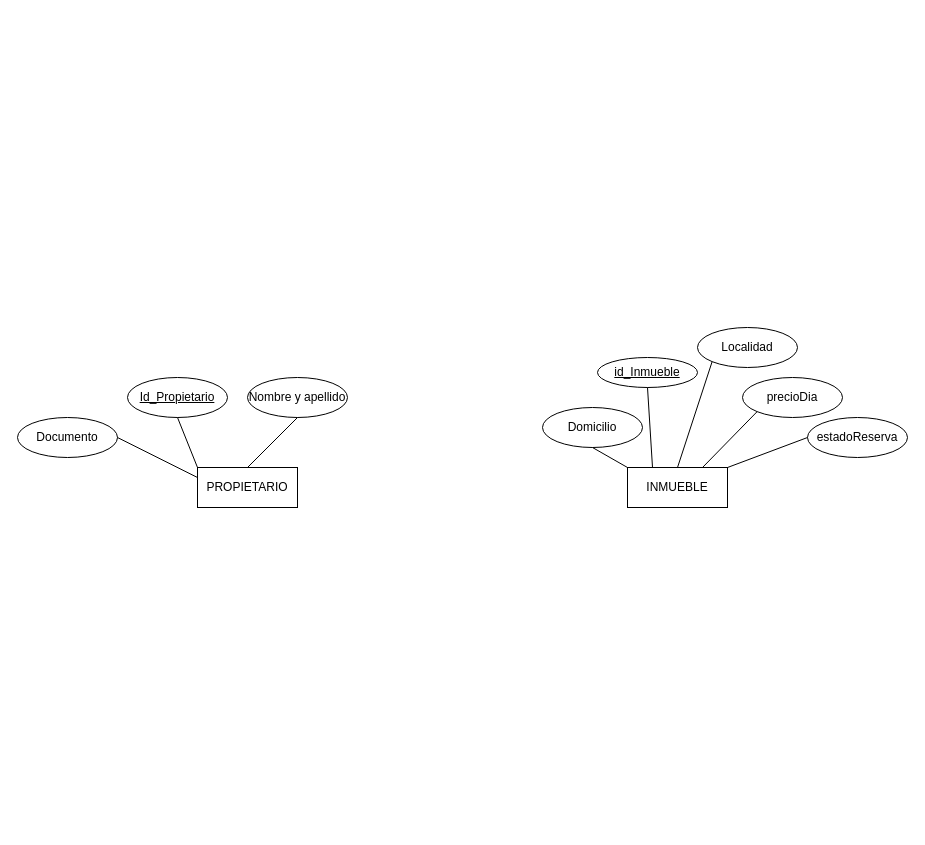
Above: Diagrama sin título.drawio in carbai3/ABD_EJERCICIO1 (draw.io), before the change. Source tidied: cells renumbered, new cells numbered last; positions are measured from the earlier drawing's top-left corner, leaving out a move shared by most shapes. Both pictures are drawn from the tidied source at 100%, with x=0, y=0 at pixel (17, 327).
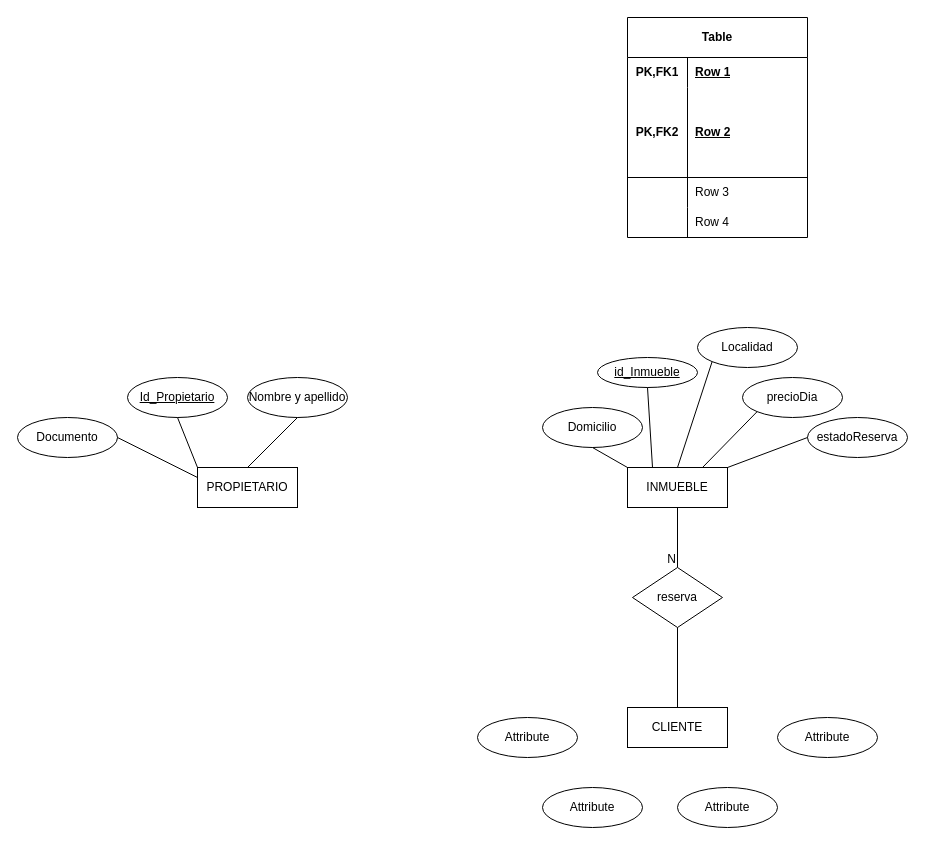
Above is the later version.

The change refers to these unchanged cells:
```xml
<mxCell id="3" value="INMUEBLE" style="whiteSpace=wrap;html=1;align=center;" parent="1" vertex="1">
  <mxGeometry x="610" y="140" width="100" height="40" as="geometry" />
</mxCell>
```

Diff of the diagram source:
```diff
@@
+    <mxCell id="20" value="Table" style="shape=table;startSize=40;childLayout=tableLayout;rowLines=0;fontStyle=1;align=center;html=1;whiteSpace=wrap;" parent="1" vertex="1">
+      <mxGeometry x="610" y="-310" width="180" height="220" as="geometry" />
+    </mxCell>
+    <mxCell id="21" style="shape=tableRow;horizontal=0;startSize=0;swimlaneHead=0;swimlaneBody=0;fillColor=none;top=0;left=0;right=0;bottom=0;html=1;" parent="20" vertex="1">
+      <mxGeometry y="40" width="180" height="30" as="geometry" />
+    </mxCell>
+    <mxCell id="22" value="PK,FK1" style="shape=partialRectangle;fillColor=none;top=0;left=0;bottom=0;right=0;fontStyle=1;overflow=hidden;html=1;whiteSpace=wrap;" parent="21" vertex="1">
+      <mxGeometry width="60" height="30" as="geometry" />
+    </mxCell>
+    <mxCell id="23" value="Row 1" style="shape=partialRectangle;fillColor=none;top=0;left=0;bottom=0;right=0;align=left;spacingLeft=6;fontStyle=5;overflow=hidden;html=1;whiteSpace=wrap;" parent="21" vertex="1">
+      <mxGeometry x="60" width="120" height="30" as="geometry" />
+    </mxCell>
+    <mxCell id="24" style="shape=tableRow;horizontal=0;startSize=0;swimlaneHead=0;swimlaneBody=0;fillColor=none;top=0;left=0;right=0;bottom=1;html=1;" parent="20" vertex="1">
+      <mxGeometry y="70" width="180" height="90" as="geometry" />
+    </mxCell>
+    <mxCell id="25" value="PK,FK2" style="shape=partialRectangle;fillColor=none;top=0;left=0;bottom=0;right=0;fontStyle=1;overflow=hidden;html=1;whiteSpace=wrap;" parent="24" vertex="1">
+      <mxGeometry width="60" height="90" as="geometry" />
+    </mxCell>
+    <mxCell id="26" value="Row 2" style="shape=partialRectangle;fillColor=none;top=0;left=0;bottom=0;right=0;align=left;spacingLeft=6;fontStyle=5;overflow=hidden;html=1;whiteSpace=wrap;" parent="24" vertex="1">
+      <mxGeometry x="60" width="120" height="90" as="geometry" />
+    </mxCell>
+    <mxCell id="27" style="shape=tableRow;horizontal=0;startSize=0;swimlaneHead=0;swimlaneBody=0;fillColor=none;top=0;left=0;right=0;bottom=0;html=1;" parent="20" vertex="1">
+      <mxGeometry y="160" width="180" height="30" as="geometry" />
+    </mxCell>
+    <mxCell id="28" style="shape=partialRectangle;fillColor=none;top=0;left=0;bottom=0;right=0;overflow=hidden;html=1;whiteSpace=wrap;" parent="27" vertex="1">
+      <mxGeometry width="60" height="30" as="geometry" />
+    </mxCell>
+    <mxCell id="29" value="Row 3" style="shape=partialRectangle;fillColor=none;top=0;left=0;bottom=0;right=0;align=left;spacingLeft=6;overflow=hidden;html=1;whiteSpace=wrap;" parent="27" vertex="1">
+      <mxGeometry x="60" width="120" height="30" as="geometry" />
+    </mxCell>
+    <mxCell id="30" style="shape=tableRow;horizontal=0;startSize=0;swimlaneHead=0;swimlaneBody=0;fillColor=none;top=0;left=0;right=0;bottom=0;html=1;" parent="20" vertex="1">
+      <mxGeometry y="190" width="180" height="30" as="geometry" />
+    </mxCell>
+    <mxCell id="31" style="shape=partialRectangle;fillColor=none;top=0;left=0;bottom=0;right=0;overflow=hidden;html=1;whiteSpace=wrap;" parent="30" vertex="1">
+      <mxGeometry width="60" height="30" as="geometry" />
+    </mxCell>
+    <mxCell id="32" value="Row 4" style="shape=partialRectangle;fillColor=none;top=0;left=0;bottom=0;right=0;align=left;spacingLeft=6;overflow=hidden;html=1;whiteSpace=wrap;" parent="30" vertex="1">
+      <mxGeometry x="60" width="120" height="30" as="geometry" />
+    </mxCell>
+    <mxCell id="33" value="reserva" style="shape=rhombus;perimeter=rhombusPerimeter;whiteSpace=wrap;html=1;align=center;" parent="1" vertex="1">
+      <mxGeometry x="615" y="240" width="90" height="60" as="geometry" />
+    </mxCell>
+    <mxCell id="34" value="CLIENTE" style="whiteSpace=wrap;html=1;align=center;" parent="1" vertex="1">
+      <mxGeometry x="610" y="380" width="100" height="40" as="geometry" />
+    </mxCell>
+    <mxCell id="35" style="endArrow=none;html=1;rounded=0;exitX=0.5;exitY=1;exitDx=0;exitDy=0;" parent="1" edge="1" source="3" target="33">
+      <mxGeometry relative="1" as="geometry" />
+    </mxCell>
+    <mxCell id="36" value="N" style="html=1;whiteSpace=wrap;align=right;verticalAlign=bottom;" parent="35" vertex="1">
+      <mxGeometry x="1" relative="1" as="geometry" />
+    </mxCell>
+    <mxCell id="37" style="endArrow=none;html=1;rounded=0;entryX=0.5;entryY=0;entryDx=0;entryDy=0;exitX=0.5;exitY=1;exitDx=0;exitDy=0;" parent="1" edge="1" source="33" target="34">
+      <mxGeometry relative="1" as="geometry" />
+    </mxCell>
+    <mxCell id="38" value="Attribute" style="ellipse;whiteSpace=wrap;html=1;align=center;" parent="1" vertex="1">
+      <mxGeometry x="460" y="390" width="100" height="40" as="geometry" />
+    </mxCell>
+    <mxCell id="39" value="Attribute" style="ellipse;whiteSpace=wrap;html=1;align=center;" parent="1" vertex="1">
+      <mxGeometry x="525" y="460" width="100" height="40" as="geometry" />
+    </mxCell>
+    <mxCell id="40" value="Attribute" style="ellipse;whiteSpace=wrap;html=1;align=center;" parent="1" vertex="1">
+      <mxGeometry x="660" y="460" width="100" height="40" as="geometry" />
+    </mxCell>
+    <mxCell id="41" value="Attribute" style="ellipse;whiteSpace=wrap;html=1;align=center;" parent="1" vertex="1">
+      <mxGeometry x="760" y="390" width="100" height="40" as="geometry" />
+    </mxCell>
```
